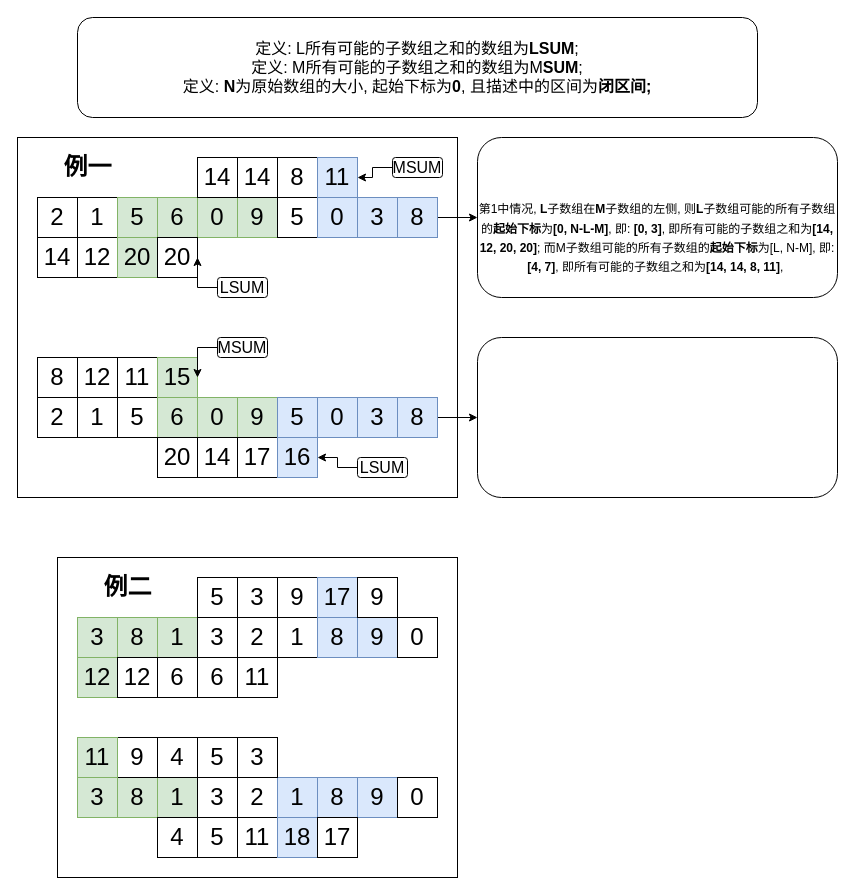
winnochan/oj keeps this draw.io diagram as leetcode/001001_001100/maximum_sum_of_two_non_overlapping_subarrays.drawio. Above is the earlier version. Source tidied: cells renumbered, new cells numbered last; positions are measured from the earlier drawing's top-left corner, leaving out a move shared by most shapes. Both pictures are drawn from the tidied source at 100%, with x=0, y=0 at pixel (17, 17).
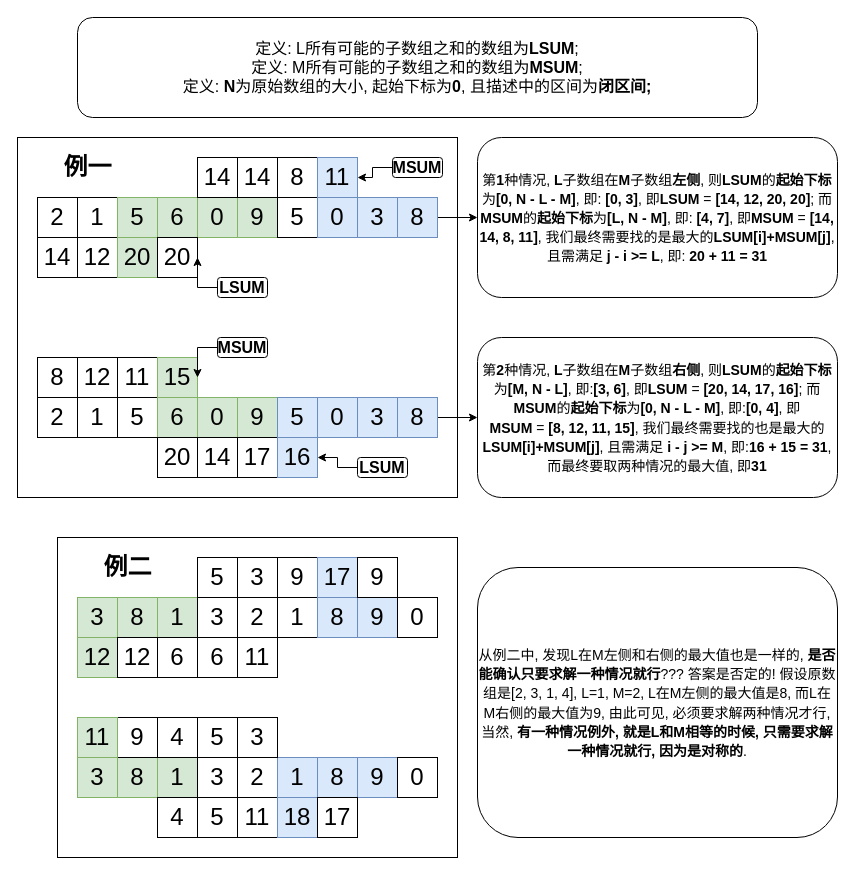
The same page after the edit.

What changed in the source:
```diff
@@
     <mxCell id="2" style="rounded=0;whiteSpace=wrap;html=1;fontSize=24;" parent="1" vertex="1">
-      <mxGeometry x="40" y="540" width="400" height="320" as="geometry" />
+      <mxGeometry x="40" y="520" width="400" height="320" as="geometry" />
     </mxCell>
@@
     <mxCell id="42" value="3" style="rounded=0;whiteSpace=wrap;html=1;fontSize=24;fillColor=#d5e8d4;strokeColor=#82b366;" parent="1" vertex="1">
-      <mxGeometry x="60" y="600" width="40" height="40" as="geometry" />
+      <mxGeometry x="60" y="580" width="40" height="40" as="geometry" />
     </mxCell>
     <mxCell id="43" value="8" style="rounded=0;whiteSpace=wrap;html=1;fontSize=24;fillColor=#d5e8d4;strokeColor=#82b366;" parent="1" vertex="1">
-      <mxGeometry x="100" y="600" width="40" height="40" as="geometry" />
+      <mxGeometry x="100" y="580" width="40" height="40" as="geometry" />
     </mxCell>
     <mxCell id="44" value="1" style="rounded=0;whiteSpace=wrap;html=1;fontSize=24;fillColor=#d5e8d4;strokeColor=#82b366;" parent="1" vertex="1">
-      <mxGeometry x="140" y="600" width="40" height="40" as="geometry" />
+      <mxGeometry x="140" y="580" width="40" height="40" as="geometry" />
     </mxCell>
     <mxCell id="45" value="3" style="rounded=0;whiteSpace=wrap;html=1;fontSize=24;" parent="1" vertex="1">
-      <mxGeometry x="180" y="600" width="40" height="40" as="geometry" />
+      <mxGeometry x="180" y="580" width="40" height="40" as="geometry" />
     </mxCell>
     <mxCell id="46" value="2" style="rounded=0;whiteSpace=wrap;html=1;fontSize=24;" parent="1" vertex="1">
-      <mxGeometry x="220" y="600" width="40" height="40" as="geometry" />
+      <mxGeometry x="220" y="580" width="40" height="40" as="geometry" />
     </mxCell>
     <mxCell id="47" value="1" style="rounded=0;whiteSpace=wrap;html=1;fontSize=24;" parent="1" vertex="1">
-      <mxGeometry x="260" y="600" width="40" height="40" as="geometry" />
+      <mxGeometry x="260" y="580" width="40" height="40" as="geometry" />
     </mxCell>
     <mxCell id="48" value="8" style="rounded=0;whiteSpace=wrap;html=1;fontSize=24;fillColor=#dae8fc;strokeColor=#6c8ebf;" parent="1" vertex="1">
-      <mxGeometry x="300" y="600" width="40" height="40" as="geometry" />
+      <mxGeometry x="300" y="580" width="40" height="40" as="geometry" />
     </mxCell>
     <mxCell id="49" value="9" style="rounded=0;whiteSpace=wrap;html=1;fontSize=24;fillColor=#dae8fc;strokeColor=#6c8ebf;" parent="1" vertex="1">
-      <mxGeometry x="340" y="600" width="40" height="40" as="geometry" />
+      <mxGeometry x="340" y="580" width="40" height="40" as="geometry" />
     </mxCell>
     <mxCell id="50" value="0" style="rounded=0;whiteSpace=wrap;html=1;fontSize=24;" parent="1" vertex="1">
-      <mxGeometry x="380" y="600" width="40" height="40" as="geometry" />
+      <mxGeometry x="380" y="580" width="40" height="40" as="geometry" />
     </mxCell>
     <mxCell id="51" value="3" style="rounded=0;whiteSpace=wrap;html=1;fontSize=24;" parent="1" vertex="1">
-      <mxGeometry x="220" y="560" width="40" height="40" as="geometry" />
+      <mxGeometry x="220" y="540" width="40" height="40" as="geometry" />
     </mxCell>
     <mxCell id="52" value="9" style="rounded=0;whiteSpace=wrap;html=1;fontSize=24;" parent="1" vertex="1">
-      <mxGeometry x="260" y="560" width="40" height="40" as="geometry" />
+      <mxGeometry x="260" y="540" width="40" height="40" as="geometry" />
     </mxCell>
     <mxCell id="53" value="17" style="rounded=0;whiteSpace=wrap;html=1;fontSize=24;fillColor=#dae8fc;strokeColor=#6c8ebf;" parent="1" vertex="1">
-      <mxGeometry x="300" y="560" width="40" height="40" as="geometry" />
+      <mxGeometry x="300" y="540" width="40" height="40" as="geometry" />
     </mxCell>
     <mxCell id="54" value="9" style="rounded=0;whiteSpace=wrap;html=1;fontSize=24;" parent="1" vertex="1">
-      <mxGeometry x="340" y="560" width="40" height="40" as="geometry" />
+      <mxGeometry x="340" y="540" width="40" height="40" as="geometry" />
     </mxCell>
     <mxCell id="55" value="12" style="rounded=0;whiteSpace=wrap;html=1;fontSize=24;fillColor=#d5e8d4;strokeColor=#82b366;" parent="1" vertex="1">
-      <mxGeometry x="60" y="640" width="40" height="40" as="geometry" />
+      <mxGeometry x="60" y="620" width="40" height="40" as="geometry" />
     </mxCell>
     <mxCell id="56" value="12" style="rounded=0;whiteSpace=wrap;html=1;fontSize=24;" parent="1" vertex="1">
-      <mxGeometry x="100" y="640" width="40" height="40" as="geometry" />
+      <mxGeometry x="100" y="620" width="40" height="40" as="geometry" />
     </mxCell>
     <mxCell id="57" value="6" style="rounded=0;whiteSpace=wrap;html=1;fontSize=24;" parent="1" vertex="1">
-      <mxGeometry x="140" y="640" width="40" height="40" as="geometry" />
+      <mxGeometry x="140" y="620" width="40" height="40" as="geometry" />
     </mxCell>
     <mxCell id="58" value="6" style="rounded=0;whiteSpace=wrap;html=1;fontSize=24;" parent="1" vertex="1">
-      <mxGeometry x="180" y="640" width="40" height="40" as="geometry" />
+      <mxGeometry x="180" y="620" width="40" height="40" as="geometry" />
     </mxCell>
     <mxCell id="59" value="11" style="rounded=0;whiteSpace=wrap;html=1;fontSize=24;" parent="1" vertex="1">
-      <mxGeometry x="220" y="640" width="40" height="40" as="geometry" />
+      <mxGeometry x="220" y="620" width="40" height="40" as="geometry" />
     </mxCell>
     <mxCell id="60" value="5" style="rounded=0;whiteSpace=wrap;html=1;fontSize=24;" parent="1" vertex="1">
-      <mxGeometry x="180" y="560" width="40" height="40" as="geometry" />
+      <mxGeometry x="180" y="540" width="40" height="40" as="geometry" />
     </mxCell>
     <mxCell id="61" value="3" style="rounded=0;whiteSpace=wrap;html=1;fontSize=24;fillColor=#d5e8d4;strokeColor=#82b366;" parent="1" vertex="1">
-      <mxGeometry x="60" y="760" width="40" height="40" as="geometry" />
+      <mxGeometry x="60" y="740" width="40" height="40" as="geometry" />
     </mxCell>
     <mxCell id="62" value="8" style="rounded=0;whiteSpace=wrap;html=1;fontSize=24;fillColor=#d5e8d4;strokeColor=#82b366;" parent="1" vertex="1">
-      <mxGeometry x="100" y="760" width="40" height="40" as="geometry" />
+      <mxGeometry x="100" y="740" width="40" height="40" as="geometry" />
     </mxCell>
     <mxCell id="63" value="1" style="rounded=0;whiteSpace=wrap;html=1;fontSize=24;fillColor=#d5e8d4;strokeColor=#82b366;" parent="1" vertex="1">
-      <mxGeometry x="140" y="760" width="40" height="40" as="geometry" />
+      <mxGeometry x="140" y="740" width="40" height="40" as="geometry" />
     </mxCell>
     <mxCell id="64" value="3" style="rounded=0;whiteSpace=wrap;html=1;fontSize=24;" parent="1" vertex="1">
-      <mxGeometry x="180" y="760" width="40" height="40" as="geometry" />
+      <mxGeometry x="180" y="740" width="40" height="40" as="geometry" />
     </mxCell>
     <mxCell id="65" value="2" style="rounded=0;whiteSpace=wrap;html=1;fontSize=24;" parent="1" vertex="1">
-      <mxGeometry x="220" y="760" width="40" height="40" as="geometry" />
+      <mxGeometry x="220" y="740" width="40" height="40" as="geometry" />
     </mxCell>
     <mxCell id="66" value="1" style="rounded=0;whiteSpace=wrap;html=1;fontSize=24;fillColor=#dae8fc;strokeColor=#6c8ebf;" parent="1" vertex="1">
-      <mxGeometry x="260" y="760" width="40" height="40" as="geometry" />
+      <mxGeometry x="260" y="740" width="40" height="40" as="geometry" />
     </mxCell>
     <mxCell id="67" value="8" style="rounded=0;whiteSpace=wrap;html=1;fontSize=24;fillColor=#dae8fc;strokeColor=#6c8ebf;" parent="1" vertex="1">
-      <mxGeometry x="300" y="760" width="40" height="40" as="geometry" />
+      <mxGeometry x="300" y="740" width="40" height="40" as="geometry" />
     </mxCell>
     <mxCell id="68" value="9" style="rounded=0;whiteSpace=wrap;html=1;fontSize=24;fillColor=#dae8fc;strokeColor=#6c8ebf;" parent="1" vertex="1">
-      <mxGeometry x="340" y="760" width="40" height="40" as="geometry" />
+      <mxGeometry x="340" y="740" width="40" height="40" as="geometry" />
     </mxCell>
     <mxCell id="69" value="0" style="rounded=0;whiteSpace=wrap;html=1;fontSize=24;" parent="1" vertex="1">
-      <mxGeometry x="380" y="760" width="40" height="40" as="geometry" />
+      <mxGeometry x="380" y="740" width="40" height="40" as="geometry" />
     </mxCell>
     <mxCell id="70" value="4" style="rounded=0;whiteSpace=wrap;html=1;fontSize=24;" parent="1" vertex="1">
-      <mxGeometry x="140" y="800" width="40" height="40" as="geometry" />
+      <mxGeometry x="140" y="780" width="40" height="40" as="geometry" />
     </mxCell>
     <mxCell id="71" value="5" style="rounded=0;whiteSpace=wrap;html=1;fontSize=24;" parent="1" vertex="1">
-      <mxGeometry x="180" y="800" width="40" height="40" as="geometry" />
+      <mxGeometry x="180" y="780" width="40" height="40" as="geometry" />
     </mxCell>
     <mxCell id="72" value="11" style="rounded=0;whiteSpace=wrap;html=1;fontSize=24;" parent="1" vertex="1">
-      <mxGeometry x="220" y="800" width="40" height="40" as="geometry" />
+      <mxGeometry x="220" y="780" width="40" height="40" as="geometry" />
     </mxCell>
     <mxCell id="73" value="18" style="rounded=0;whiteSpace=wrap;html=1;fontSize=24;fillColor=#dae8fc;strokeColor=#6c8ebf;" parent="1" vertex="1">
-      <mxGeometry x="260" y="800" width="40" height="40" as="geometry" />
+      <mxGeometry x="260" y="780" width="40" height="40" as="geometry" />
     </mxCell>
     <mxCell id="74" value="17" style="rounded=0;whiteSpace=wrap;html=1;fontSize=24;" parent="1" vertex="1">
-      <mxGeometry x="300" y="800" width="40" height="40" as="geometry" />
+      <mxGeometry x="300" y="780" width="40" height="40" as="geometry" />
     </mxCell>
     <mxCell id="75" value="9" style="rounded=0;whiteSpace=wrap;html=1;fontSize=24;" parent="1" vertex="1">
-      <mxGeometry x="100" y="720" width="40" height="40" as="geometry" />
+      <mxGeometry x="100" y="700" width="40" height="40" as="geometry" />
     </mxCell>
     <mxCell id="76" value="4" style="rounded=0;whiteSpace=wrap;html=1;fontSize=24;" parent="1" vertex="1">
-      <mxGeometry x="140" y="720" width="40" height="40" as="geometry" />
+      <mxGeometry x="140" y="700" width="40" height="40" as="geometry" />
     </mxCell>
     <mxCell id="77" value="5" style="rounded=0;whiteSpace=wrap;html=1;fontSize=24;" parent="1" vertex="1">
-      <mxGeometry x="180" y="720" width="40" height="40" as="geometry" />
+      <mxGeometry x="180" y="700" width="40" height="40" as="geometry" />
     </mxCell>
     <mxCell id="78" value="3" style="rounded=0;whiteSpace=wrap;html=1;fontSize=24;" parent="1" vertex="1">
-      <mxGeometry x="220" y="720" width="40" height="40" as="geometry" />
+      <mxGeometry x="220" y="700" width="40" height="40" as="geometry" />
     </mxCell>
     <mxCell id="79" value="11" style="rounded=0;whiteSpace=wrap;html=1;fontSize=24;fillColor=#d5e8d4;strokeColor=#82b366;" parent="1" vertex="1">
-      <mxGeometry x="60" y="720" width="40" height="40" as="geometry" />
+      <mxGeometry x="60" y="700" width="40" height="40" as="geometry" />
     </mxCell>
@@
     <mxCell id="81" value="例二" style="text;strokeColor=none;fillColor=none;html=1;fontSize=24;fontStyle=1;verticalAlign=middle;align=center;" parent="1" vertex="1">
-      <mxGeometry x="60" y="550" width="100" height="40" as="geometry" />
+      <mxGeometry x="60" y="530" width="100" height="40" as="geometry" />
     </mxCell>
-    <mxCell id="82" value="&lt;font style=&quot;font-size: 12px&quot;&gt;&lt;b&gt;&lt;br&gt;&lt;/b&gt;&lt;br&gt;第1中情况, &lt;b&gt;L&lt;/b&gt;子数组在&lt;b&gt;M&lt;/b&gt;子数组的左侧, 则&lt;b&gt;L&lt;/b&gt;子数组可能的所有子数组的&lt;b&gt;起始下标&lt;/b&gt;为&lt;b&gt;[0, N-L-M]&lt;/b&gt;, 即: &lt;b&gt;[0, 3]&lt;/b&gt;, 即所有可能的子数组之和为&lt;b&gt;[14, 12, 20, 20]&lt;/b&gt;; 而M子数组可能的所有子数组的&lt;b&gt;起始下标&lt;/b&gt;为[L, N-M], 即: &lt;b&gt;[4, 7]&lt;/b&gt;, 即所有可能的子数组之和为&lt;b&gt;[14, 14, 8, 11]&lt;/b&gt;,&amp;nbsp;&lt;/font&gt;" style="rounded=1;whiteSpace=wrap;html=1;fontSize=16;" parent="1" vertex="1">
+    <mxCell id="82" value="&lt;font style=&quot;font-size: 14px&quot;&gt;第&lt;b&gt;1&lt;/b&gt;种情况, &lt;b&gt;L&lt;/b&gt;子数组在&lt;b&gt;M&lt;/b&gt;子数组&lt;b&gt;左侧&lt;/b&gt;, 则&lt;b&gt;LSUM&lt;/b&gt;的&lt;b&gt;起始下标&lt;/b&gt;为&lt;b&gt;[0, N - L - M]&lt;/b&gt;, 即: &lt;b&gt;[0, 3]&lt;/b&gt;, 即&lt;b&gt;LSUM&amp;nbsp;&lt;/b&gt;=&amp;nbsp;&lt;b&gt;[14, 12, 20, 20]&lt;/b&gt;; 而&lt;b&gt;MSUM&lt;/b&gt;的&lt;b&gt;起始下标&lt;/b&gt;为&lt;b&gt;[L, N - M]&lt;/b&gt;, 即: &lt;b&gt;[4, 7]&lt;/b&gt;, 即&lt;b&gt;MSUM&amp;nbsp;&lt;/b&gt;=&amp;nbsp;&lt;b&gt;[14, 14, 8, 11]&lt;/b&gt;, 我们最终需要找的是最大的&lt;b&gt;LSUM[i]+MSUM[j]&lt;/b&gt;, 且需满足&amp;nbsp;&lt;b&gt;j - i &amp;gt;= L&lt;/b&gt;, 即: &lt;b&gt;20 + 11 = 31&lt;/b&gt;&lt;/font&gt;" style="rounded=1;whiteSpace=wrap;html=1;fontSize=16;" parent="1" vertex="1">
       <mxGeometry x="460" y="120" width="360" height="160" as="geometry" />
     </mxCell>
-    <mxCell id="83" style="rounded=1;whiteSpace=wrap;html=1;fontSize=16;" parent="1" vertex="1">
+    <mxCell id="83" value="&lt;font style=&quot;font-size: 14px&quot;&gt;第&lt;b&gt;2&lt;/b&gt;种情况,&amp;nbsp;&lt;b&gt;L&lt;/b&gt;子数组在&lt;b&gt;M&lt;/b&gt;子数组&lt;b&gt;右侧&lt;/b&gt;, 则&lt;b&gt;LSUM&lt;/b&gt;的&lt;b&gt;起始下标&lt;/b&gt;为&lt;b&gt;[M, N - L]&lt;/b&gt;, 即:&lt;b&gt;[3, 6]&lt;/b&gt;, 即&lt;b&gt;LSUM&amp;nbsp;&lt;/b&gt;=&amp;nbsp;&lt;b&gt;[20, 14, 17, 16]&lt;/b&gt;; 而&lt;b&gt;MSUM&lt;/b&gt;的&lt;b&gt;起始下标&lt;/b&gt;为&lt;b&gt;[0, N - L - M]&lt;/b&gt;, 即:&lt;b&gt;[0, 4]&lt;/b&gt;, 即&lt;b&gt;MSUM&amp;nbsp;&lt;/b&gt;=&amp;nbsp;&lt;b&gt;[8, 12, 11, 15]&lt;/b&gt;, 我们最终需要找的也是最大的&lt;b&gt;LSUM[i]+MSUM[j]&lt;/b&gt;, 且需满足 &lt;b&gt;i&amp;nbsp;- j &amp;gt;= M&lt;/b&gt;, 即:&lt;b&gt;16&amp;nbsp;+ 15 = 31&lt;/b&gt;, 而最终要取两种情况的最大值, 即&lt;b&gt;31&lt;/b&gt;&lt;/font&gt;&lt;br&gt;" style="rounded=1;whiteSpace=wrap;html=1;fontSize=16;" parent="1" vertex="1">
       <mxGeometry x="460" y="320" width="360" height="160" as="geometry" />
     </mxCell>
-    <mxCell id="84" value="&lt;span&gt;定义: L所有可能的子数组之和的数组为&lt;/span&gt;&lt;b&gt;LSUM&lt;/b&gt;&lt;span&gt;;&lt;/span&gt;&lt;br&gt;&lt;span&gt;定义: M所有可能的子数组之和的数组为M&lt;/span&gt;&lt;b&gt;SUM&lt;/b&gt;&lt;span&gt;;&lt;/span&gt;&lt;br&gt;&lt;span&gt;定义:&amp;nbsp;&lt;/span&gt;&lt;b&gt;N&lt;/b&gt;&lt;span&gt;为原始数组的大小, 起始下标为&lt;/span&gt;&lt;b&gt;0&lt;/b&gt;&lt;span&gt;, 且描述中的区间为&lt;/span&gt;&lt;b&gt;闭区间;&lt;/b&gt;" style="rounded=1;whiteSpace=wrap;html=1;fontSize=16;" parent="1" vertex="1">
+    <mxCell id="84" value="定义: L所有可能的子数组之和的数组为&lt;b&gt;LSUM&lt;/b&gt;;&lt;br&gt;定义: M所有可能的子数组之和的数组为&lt;b&gt;M&lt;/b&gt;&lt;b&gt;SUM&lt;/b&gt;;&lt;br&gt;定义:&amp;nbsp;&lt;b&gt;N&lt;/b&gt;为原始数组的大小, 起始下标为&lt;b&gt;0&lt;/b&gt;, 且描述中的区间为&lt;b&gt;闭区间;&lt;/b&gt;" style="rounded=1;whiteSpace=wrap;html=1;fontSize=16;" parent="1" vertex="1">
       <mxGeometry x="60" width="680" height="100" as="geometry" />
     </mxCell>
@@
-    <mxCell id="86" value="LSUM" style="rounded=1;whiteSpace=wrap;html=1;fontSize=16;" parent="1" vertex="1">
+    <mxCell id="86" value="LSUM" style="rounded=1;whiteSpace=wrap;html=1;fontSize=16;fontStyle=1;" parent="1" vertex="1">
       <mxGeometry x="200" y="260" width="50" height="20" as="geometry" />
     </mxCell>
@@
-    <mxCell id="88" value="MSUM" style="rounded=1;whiteSpace=wrap;html=1;fontSize=16;" parent="1" vertex="1">
+    <mxCell id="88" value="MSUM" style="rounded=1;whiteSpace=wrap;html=1;fontSize=16;fontStyle=1;" parent="1" vertex="1">
       <mxGeometry x="375" y="140" width="50" height="20" as="geometry" />
     </mxCell>
@@
-    <mxCell id="90" value="MSUM" style="rounded=1;whiteSpace=wrap;html=1;fontSize=16;" parent="1" vertex="1">
+    <mxCell id="90" value="MSUM" style="rounded=1;whiteSpace=wrap;html=1;fontSize=16;fontStyle=1;" parent="1" vertex="1">
       <mxGeometry x="200" y="320" width="50" height="20" as="geometry" />
     </mxCell>
@@
-    <mxCell id="92" value="LSUM" style="rounded=1;whiteSpace=wrap;html=1;fontSize=16;" parent="1" vertex="1">
+    <mxCell id="92" value="LSUM" style="rounded=1;whiteSpace=wrap;html=1;fontSize=16;fontStyle=1;" parent="1" vertex="1">
       <mxGeometry x="340" y="440" width="50" height="20" as="geometry" />
     </mxCell>
+    <mxCell id="93" value="&lt;font style=&quot;font-size: 14px&quot;&gt;从例二中, 发现L在M左侧和右侧的最大值也是一样的, &lt;b&gt;是否能确认只要求解一种情况就行&lt;/b&gt;??? 答案是否定的! 假设原数组是[2, 3, 1, 4], L=1, M=2, L在M左侧的最大值是8, 而L在M右侧的最大值为9, 由此可见, 必须要求解两种情况才行, 当然, &lt;b&gt;有一种情况例外, 就是L和M相等的时候, 只需要求解一种情况就行, 因为是对称的&lt;/b&gt;.&lt;br&gt;&lt;/font&gt;" style="rounded=1;whiteSpace=wrap;html=1;fontSize=16;" parent="1" vertex="1">
+      <mxGeometry x="460" y="550" width="360" height="270" as="geometry" />
+    </mxCell>
```
